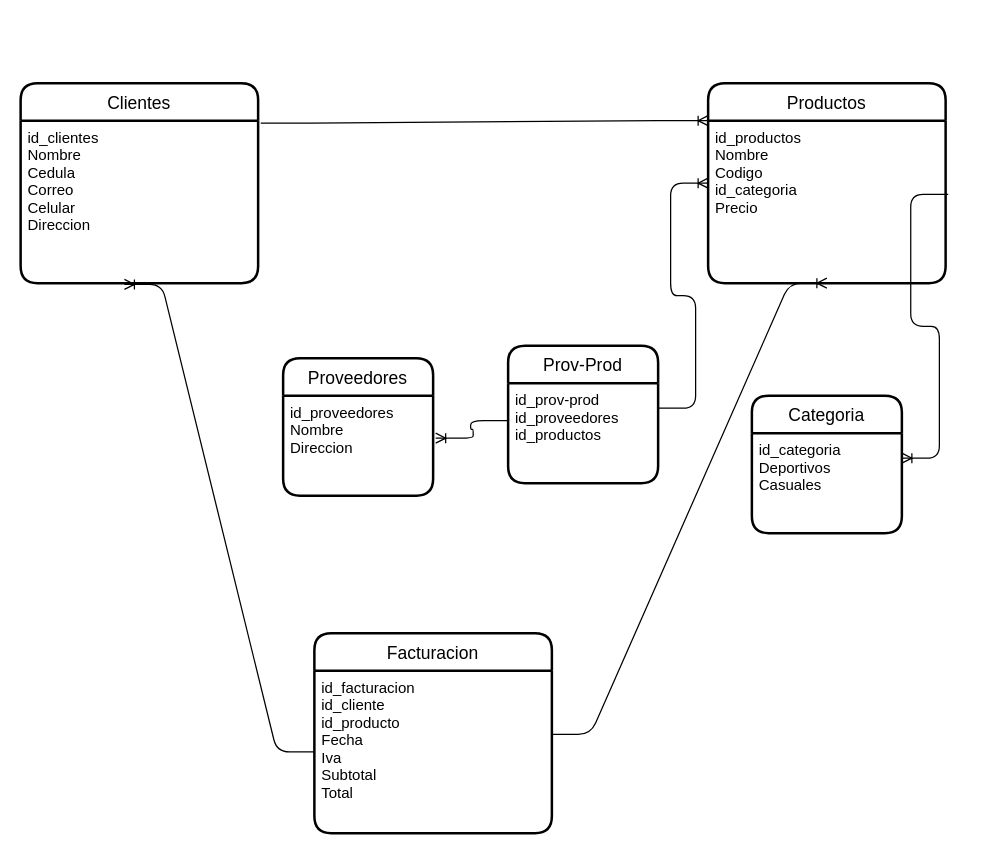
The draw.io diagram Codigos/Semana2/Tarea_programacion_2.2/Proyecto/BDD.drawio in davis-dsan/PROGRAMACION_BDD_TAREAS, before the edit. Source tidied: cells renumbered, new cells numbered last; positions are measured from the earlier drawing's top-left corner, leaving out a move shared by most shapes. Both pictures are drawn from the tidied source at 125%, with x=0, y=0 at pixel (20, 82).
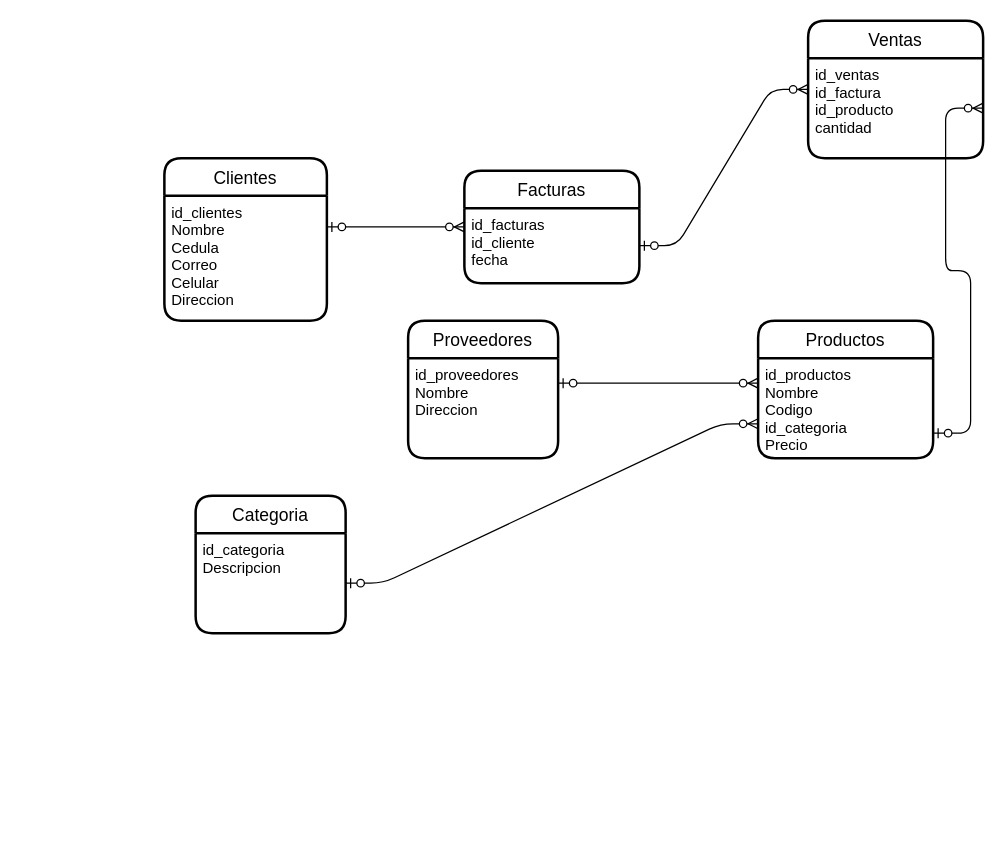
The same diagram, later.

What changed in the source:
```diff
@@
 <mxGraphModel>
   <root>
     <mxCell id="0" />
     <mxCell id="1" parent="0" />
     <mxCell id="2" value="Clientes" style="swimlane;horizontal=1;startSize=30;rounded=1;fontSize=14;fontStyle=0;strokeWidth=2;shadow=0;dashed=0;align=center;" parent="1" vertex="1">
-      <mxGeometry width="190" height="160" as="geometry" />
+      <mxGeometry x="115" y="60" width="130" height="130" as="geometry" />
     </mxCell>
     <mxCell id="3" value="id_clientes&#10;Nombre&#10;Cedula&#10;Correo&#10;Celular&#10;Direccion" style="align=left;strokeColor=none;fillColor=none;spacingLeft=4;fontSize=12;verticalAlign=top;" parent="2" vertex="1">
-      <mxGeometry y="30" width="190" height="130" as="geometry" />
+      <mxGeometry y="30" width="130" height="100" as="geometry" />
     </mxCell>
     <mxCell id="4" value="Productos" style="swimlane;horizontal=1;startSize=30;rounded=1;fontSize=14;fontStyle=0;strokeWidth=2;shadow=0;dashed=0;align=center;" parent="1" vertex="1">
-      <mxGeometry x="550" width="190" height="160" as="geometry" />
+      <mxGeometry x="590" y="190" width="140" height="110" as="geometry" />
     </mxCell>
     <mxCell id="5" value="id_productos&#10;Nombre&#10;Codigo&#10;id_categoria&#10;Precio&#10;" style="align=left;strokeColor=none;fillColor=none;spacingLeft=4;fontSize=12;verticalAlign=top;" parent="4" vertex="1">
-      <mxGeometry y="30" width="190" height="130" as="geometry" />
+      <mxGeometry y="30" width="140" height="80" as="geometry" />
     </mxCell>
     <mxCell id="6" value="Proveedores" style="swimlane;horizontal=1;startSize=30;rounded=1;fontSize=14;fontStyle=0;strokeWidth=2;shadow=0;dashed=0;align=center;" parent="1" vertex="1">
-      <mxGeometry x="210" y="220" width="120" height="110" as="geometry" />
+      <mxGeometry x="310" y="190" width="120" height="110" as="geometry" />
     </mxCell>
     <mxCell id="7" value="id_proveedores&#10;Nombre&#10;Direccion&#10;" style="align=left;strokeColor=none;fillColor=none;spacingLeft=4;fontSize=12;verticalAlign=top;" parent="6" vertex="1">
       <mxGeometry y="30" width="120" height="80" as="geometry" />
     </mxCell>
     <mxCell id="8" value="Categoria" style="swimlane;horizontal=1;startSize=30;rounded=1;fontSize=14;fontStyle=0;strokeWidth=2;shadow=0;dashed=0;align=center;" parent="1" vertex="1">
-      <mxGeometry x="585" y="250" width="120" height="110" as="geometry" />
+      <mxGeometry x="140" y="330" width="120" height="110" as="geometry" />
     </mxCell>
-    <mxCell id="9" value="id_categoria&#10;Deportivos&#10;Casuales&#10;&#10;" style="align=left;strokeColor=none;fillColor=none;spacingLeft=4;fontSize=12;verticalAlign=top;" parent="8" vertex="1">
+    <mxCell id="9" value="id_categoria&#10;Descripcion&#10;" style="align=left;strokeColor=none;fillColor=none;spacingLeft=4;fontSize=12;verticalAlign=top;" parent="8" vertex="1">
       <mxGeometry y="30" width="120" height="80" as="geometry" />
     </mxCell>
-    <mxCell id="10" value="Facturacion" style="swimlane;horizontal=1;startSize=30;rounded=1;fontSize=14;fontStyle=0;strokeWidth=2;shadow=0;dashed=0;align=center;" parent="1" vertex="1">
-      <mxGeometry x="235" y="440" width="190" height="160" as="geometry" />
+    <mxCell id="10" value="Facturas" style="swimlane;horizontal=1;startSize=30;rounded=1;fontSize=14;fontStyle=0;strokeWidth=2;shadow=0;dashed=0;align=center;" parent="1" vertex="1">
+      <mxGeometry x="355" y="70" width="140" height="90" as="geometry" />
     </mxCell>
-    <mxCell id="11" value="id_facturacion&#10;id_cliente&#10;id_producto&#10;Fecha&#10;Iva&#10;Subtotal&#10;Total" style="align=left;strokeColor=none;fillColor=none;spacingLeft=4;fontSize=12;verticalAlign=top;" parent="10" vertex="1">
-      <mxGeometry y="30" width="190" height="130" as="geometry" />
+    <mxCell id="11" value="id_facturas&#10;id_cliente&#10;fecha&#10;" style="align=left;strokeColor=none;fillColor=none;spacingLeft=4;fontSize=12;verticalAlign=top;" parent="10" vertex="1">
+      <mxGeometry y="30" width="140" height="60" as="geometry" />
     </mxCell>
-    <mxCell id="12" style="edgeStyle=entityRelationEdgeStyle;fontSize=12;html=1;endArrow=ERoneToMany;entryX=0;entryY=0;entryDx=0;entryDy=0;exitX=1.011;exitY=0.2;exitDx=0;exitDy=0;exitPerimeter=0;" parent="1" edge="1" source="2" target="5">
-      <mxGeometry relative="1" as="geometry" />
-    </mxCell>
-    <mxCell id="13" value="Prov-Prod" style="swimlane;horizontal=1;startSize=30;rounded=1;fontSize=14;fontStyle=0;strokeWidth=2;shadow=0;dashed=0;align=center;" parent="1" vertex="1">
-      <mxGeometry x="390" y="210" width="120" height="110" as="geometry" />
-    </mxCell>
-    <mxCell id="14" value="id_prov-prod&#10;id_proveedores&#10;id_productos&#10;" style="align=left;strokeColor=none;fillColor=none;spacingLeft=4;fontSize=12;verticalAlign=top;" parent="13" vertex="1">
-      <mxGeometry y="30" width="120" height="80" as="geometry" />
-    </mxCell>
-    <mxCell id="15" style="edgeStyle=entityRelationEdgeStyle;fontSize=12;html=1;endArrow=ERoneToMany;entryX=0;entryY=0.5;entryDx=0;entryDy=0;exitX=1;exitY=0.25;exitDx=0;exitDy=0;" parent="1" edge="1" source="14" target="4">
-      <mxGeometry relative="1" as="geometry" />
-    </mxCell>
-    <mxCell id="16" style="edgeStyle=entityRelationEdgeStyle;fontSize=12;html=1;endArrow=ERoneToMany;entryX=1.017;entryY=0.425;entryDx=0;entryDy=0;exitX=0;exitY=0.375;exitDx=0;exitDy=0;exitPerimeter=0;entryPerimeter=0;" parent="1" edge="1" source="14" target="7">
-      <mxGeometry relative="1" as="geometry" />
-    </mxCell>
-    <mxCell id="17" style="edgeStyle=entityRelationEdgeStyle;fontSize=12;html=1;endArrow=ERoneToMany;entryX=0.437;entryY=1.008;entryDx=0;entryDy=0;entryPerimeter=0;exitX=0;exitY=0.5;exitDx=0;exitDy=0;" parent="1" edge="1" source="11" target="3">
-      <mxGeometry relative="1" as="geometry" />
-    </mxCell>
-    <mxCell id="18" style="edgeStyle=entityRelationEdgeStyle;fontSize=12;html=1;endArrow=ERoneToMany;exitX=1.005;exitY=0.392;exitDx=0;exitDy=0;exitPerimeter=0;entryX=0.5;entryY=1;entryDx=0;entryDy=0;" parent="1" edge="1" source="11" target="5">
-      <mxGeometry relative="1" as="geometry" />
-    </mxCell>
-    <mxCell id="19" style="edgeStyle=entityRelationEdgeStyle;fontSize=12;html=1;endArrow=ERoneToMany;exitX=1.011;exitY=0.454;exitDx=0;exitDy=0;exitPerimeter=0;entryX=1;entryY=0.25;entryDx=0;entryDy=0;" parent="1" edge="1" source="5" target="9">
-      <mxGeometry relative="1" as="geometry" />
-    </mxCell>
+    <mxCell id="20" value="Ventas" style="swimlane;horizontal=1;startSize=30;rounded=1;fontSize=14;fontStyle=0;strokeWidth=2;shadow=0;dashed=0;align=center;" parent="1" vertex="1">
+      <mxGeometry x="630" y="-50" width="140" height="110" as="geometry" />
+    </mxCell>
+    <mxCell id="21" value="id_ventas&#10;id_factura&#10;id_producto&#10;cantidad" style="align=left;strokeColor=none;fillColor=none;spacingLeft=4;fontSize=12;verticalAlign=top;" parent="20" vertex="1">
+      <mxGeometry y="30" width="140" height="80" as="geometry" />
+    </mxCell>
+    <mxCell id="22" style="edgeStyle=entityRelationEdgeStyle;fontSize=12;html=1;endArrow=ERzeroToMany;startArrow=ERzeroToOne;entryX=0;entryY=0.5;entryDx=0;entryDy=0;exitX=1;exitY=0.25;exitDx=0;exitDy=0;" parent="1" edge="1" source="3" target="10">
+      <mxGeometry relative="1" as="geometry" />
+    </mxCell>
+    <mxCell id="23" style="edgeStyle=entityRelationEdgeStyle;fontSize=12;html=1;endArrow=ERzeroToMany;startArrow=ERzeroToOne;entryX=0;entryY=0.5;entryDx=0;entryDy=0;exitX=1;exitY=0.5;exitDx=0;exitDy=0;" parent="1" edge="1" source="11" target="20">
+      <mxGeometry relative="1" as="geometry" />
+    </mxCell>
+    <mxCell id="24" style="edgeStyle=entityRelationEdgeStyle;fontSize=12;html=1;endArrow=ERzeroToMany;startArrow=ERzeroToOne;entryX=1;entryY=0.5;entryDx=0;entryDy=0;exitX=1;exitY=0.75;exitDx=0;exitDy=0;" parent="1" edge="1" source="5" target="21">
+      <mxGeometry relative="1" as="geometry" />
+    </mxCell>
+    <mxCell id="25" style="edgeStyle=entityRelationEdgeStyle;fontSize=12;html=1;endArrow=ERzeroToMany;startArrow=ERzeroToOne;entryX=0;entryY=0.25;entryDx=0;entryDy=0;exitX=1;exitY=0.25;exitDx=0;exitDy=0;" parent="1" edge="1" source="7" target="5">
+      <mxGeometry relative="1" as="geometry" />
+    </mxCell>
+    <mxCell id="26" style="edgeStyle=entityRelationEdgeStyle;fontSize=12;html=1;endArrow=ERzeroToMany;startArrow=ERzeroToOne;entryX=0;entryY=0.75;entryDx=0;entryDy=0;exitX=1;exitY=0.5;exitDx=0;exitDy=0;" parent="1" edge="1" source="9" target="4">
+      <mxGeometry relative="1" as="geometry" />
+    </mxCell>
   </root>
 </mxGraphModel>
```
